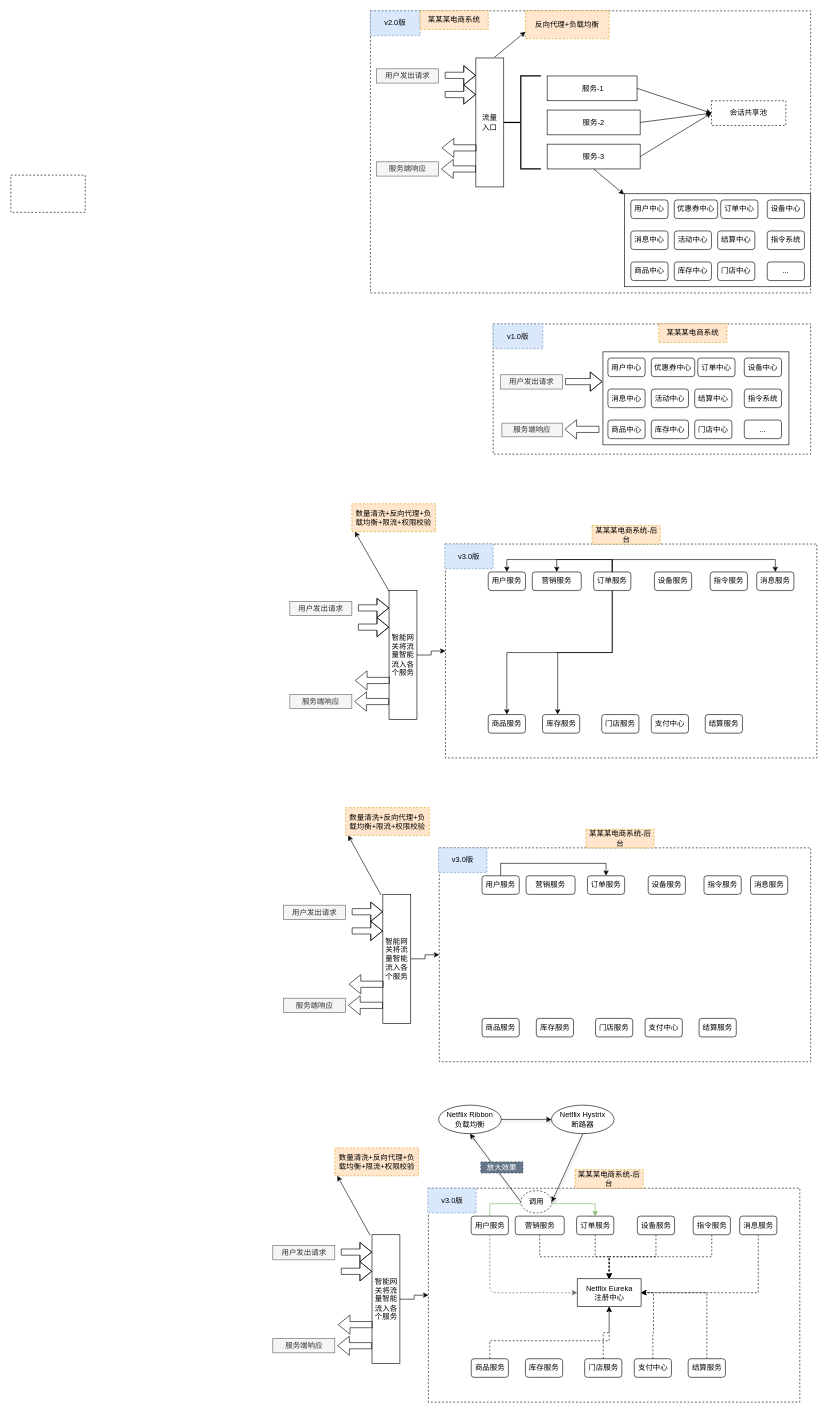
This is 微服务分享.drawio from TysonSir/draw.io, a draw.io file, before an edit. Source tidied: cells renumbered, new cells numbered last; positions are measured from the earlier drawing's top-left corner, leaving out a move shared by most shapes. Both pictures are drawn from the tidied source at 62%, with x=0, y=0 at pixel (11, 11).
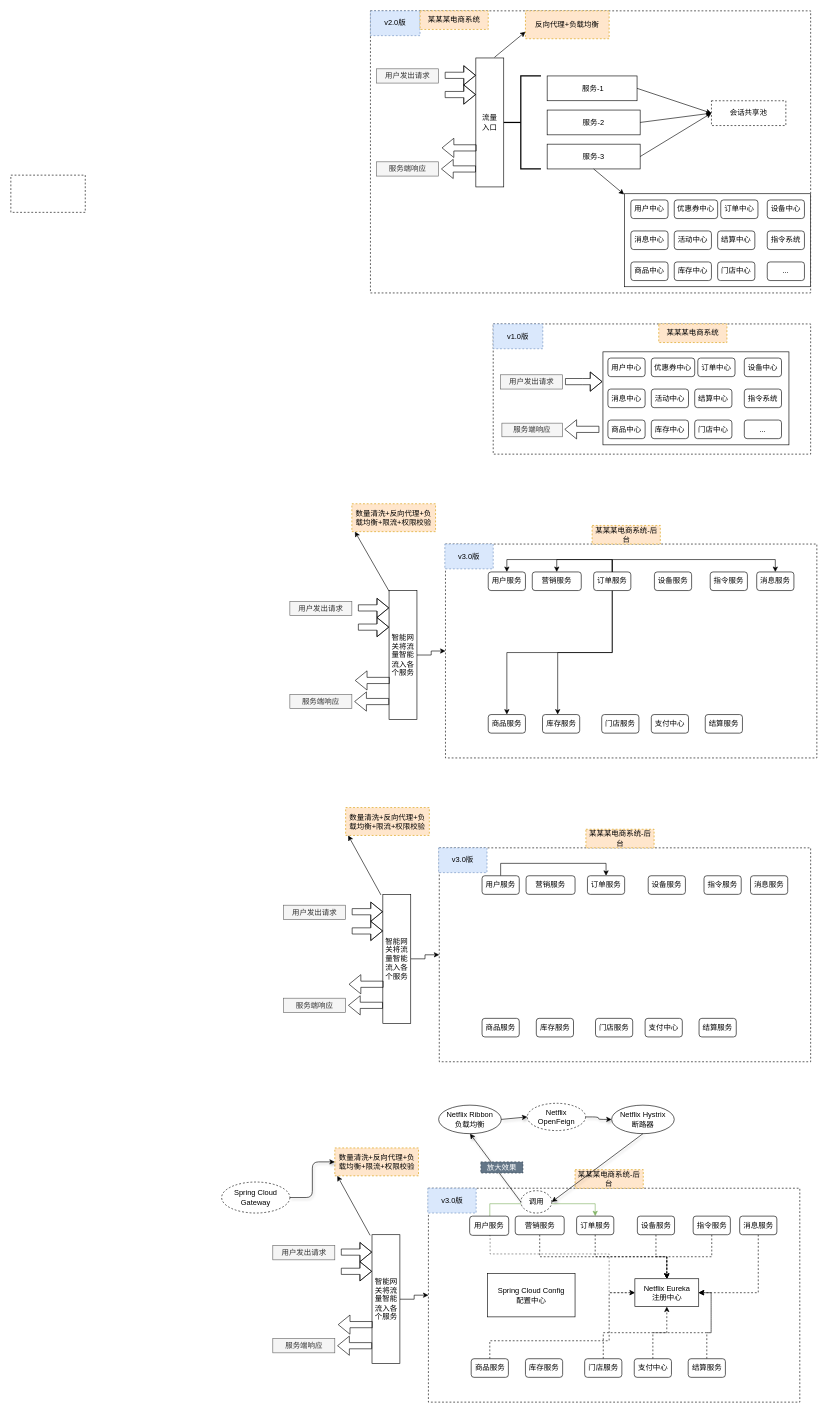
Above is the later version.

Commit message (it also covers changes not shown here):
Update 微服务分享.drawio

Unchanged cells that the change refers to:
```xml
<mxCell id="141" value="数量清洗+反向代理+负载均衡+限流+权限校验" style="text;html=1;strokeColor=#d79b00;fillColor=#ffe6cc;align=center;verticalAlign=middle;whiteSpace=wrap;rounded=0;dashed=1;" parent="1" vertex="1">
  <mxGeometry x="522.5" y="1834" width="135" height="45" as="geometry" />
</mxCell>
<mxCell id="147" value="Netflix Ribbon&lt;br&gt;负载均衡&lt;br&gt;" style="ellipse;whiteSpace=wrap;html=1;" parent="1" vertex="1">
  <mxGeometry x="690" y="1765" width="101" height="46" as="geometry" />
</mxCell>
```

Change to the diagram source:
```diff
@@
-    <mxCell id="113" style="edgeStyle=orthogonalEdgeStyle;rounded=1;jettySize=auto;html=1;exitX=0.5;exitY=1;exitDx=0;exitDy=0;entryX=0;entryY=0.5;entryDx=0;entryDy=0;comic=0;strokeColor=#666666;fillColor=#f5f5f5;dashed=1;" parent="1" edge="1" source="114" target="146">
-      <mxGeometry relative="1" as="geometry" />
+    <mxCell id="113" style="edgeStyle=orthogonalEdgeStyle;rounded=0;jettySize=auto;html=1;exitX=0.5;exitY=1;exitDx=0;exitDy=0;entryX=0;entryY=0.5;entryDx=0;entryDy=0;comic=0;strokeColor=#666666;fillColor=#f5f5f5;dashed=1;" parent="1" edge="1" source="114" target="146">
+      <mxGeometry relative="1" as="geometry">
+        <Array as="points">
+          <mxPoint x="773" y="2005" />
+          <mxPoint x="965" y="2005" />
+          <mxPoint x="965" y="2068" />
+        </Array>
+      </mxGeometry>
     </mxCell>
     <mxCell id="114" value="用户服务" style="rounded=1;whiteSpace=wrap;html=1;" parent="1" vertex="1">
-      <mxGeometry x="742.5" y="1944" width="60" height="30" as="geometry" />
+      <mxGeometry x="740" y="1944" width="63" height="31" as="geometry" />
     </mxCell>
@@
     <mxCell id="146" value="Netflix Eureka&lt;br&gt;&lt;span&gt;注册中心&lt;/span&gt;" style="rounded=0;whiteSpace=wrap;html=1;" parent="1" vertex="1">
-      <mxGeometry x="913.5" y="2045" width="103" height="45" as="geometry" />
+      <mxGeometry x="1006.5" y="2045" width="103" height="45" as="geometry" />
     </mxCell>
@@
     <mxCell id="148" value="Netflix Hystrix&lt;br&gt;断路器&lt;br&gt;" style="ellipse;whiteSpace=wrap;html=1;" parent="1" vertex="1">
-      <mxGeometry x="872" y="1765" width="101" height="46" as="geometry" />
+      <mxGeometry x="969" y="1765" width="101" height="46" as="geometry" />
     </mxCell>
@@
-    <mxCell id="151" style="endArrow=classic;html=1;shadow=1;exitX=1;exitY=0.5;exitDx=0;exitDy=0;entryX=0;entryY=0.5;entryDx=0;entryDy=0;" parent="1" edge="1" source="147" target="148">
+    <mxCell id="151" style="endArrow=classic;html=1;shadow=1;exitX=1;exitY=0.5;exitDx=0;exitDy=0;entryX=0;entryY=0.5;entryDx=0;entryDy=0;" parent="1" edge="1" source="147" target="157">
       <mxGeometry relative="1" as="geometry" />
     </mxCell>
@@
+    <mxCell id="154" style="edgeStyle=orthogonalEdgeStyle;rounded=1;comic=0;jettySize=auto;html=1;entryX=0;entryY=0.5;entryDx=0;entryDy=0;shadow=1;" parent="1" edge="1" source="155" target="141">
+      <mxGeometry relative="1" as="geometry" />
+    </mxCell>
+    <mxCell id="155" value="&lt;span&gt;Spring Cloud Gateway&lt;/span&gt;" style="ellipse;whiteSpace=wrap;html=1;dashed=1;" parent="1" vertex="1">
+      <mxGeometry x="340" y="1889" width="110" height="50" as="geometry" />
+    </mxCell>
+    <mxCell id="156" style="edgeStyle=orthogonalEdgeStyle;rounded=1;comic=0;jettySize=auto;html=1;shadow=1;" parent="1" edge="1" source="157" target="148">
+      <mxGeometry relative="1" as="geometry" />
+    </mxCell>
+    <mxCell id="157" value="Netflix OpenFeign" style="ellipse;whiteSpace=wrap;html=1;dashed=1;" parent="1" vertex="1">
+      <mxGeometry x="833" y="1762" width="94" height="44" as="geometry" />
+    </mxCell>
+    <mxCell id="158" value="Spring Cloud Config&lt;br&gt;&lt;span&gt;配置中心&lt;/span&gt;" style="rounded=0;whiteSpace=wrap;html=1;" parent="1" vertex="1">
+      <mxGeometry x="769" y="2036.5" width="141" height="70" as="geometry" />
+    </mxCell>
```
